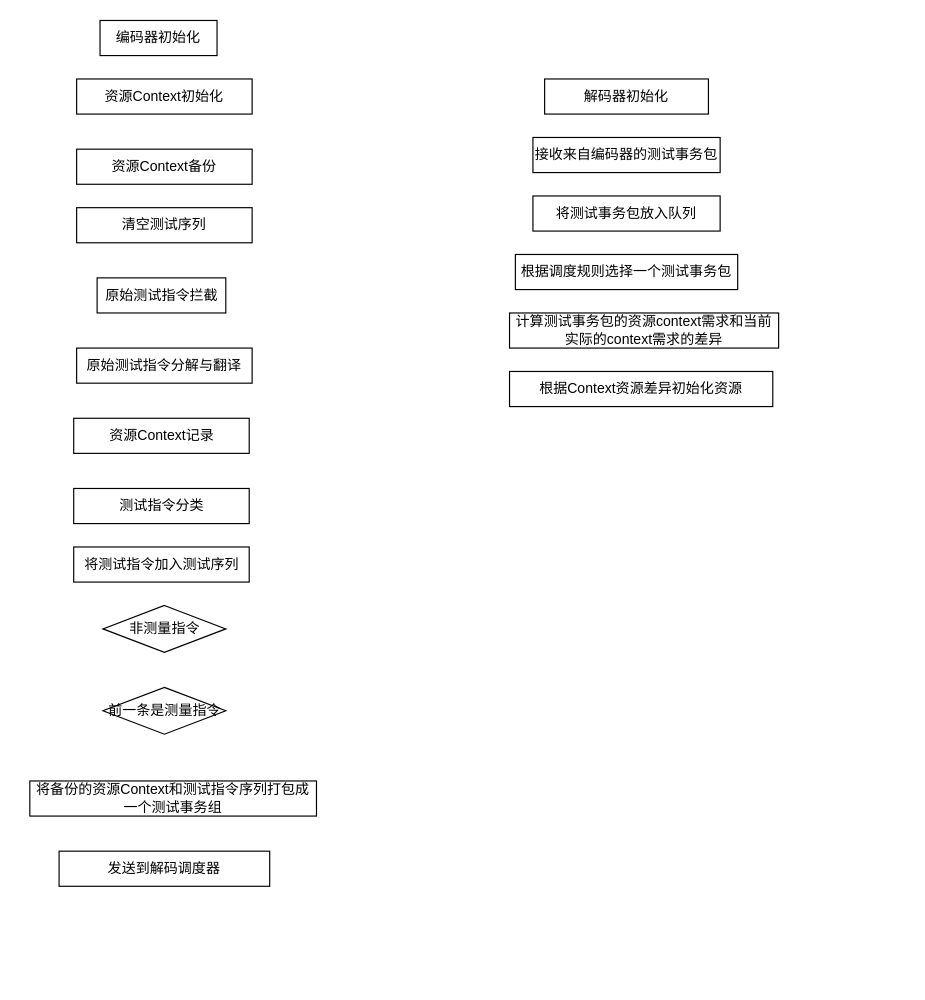
The draw.io diagram page "流程图" (6 of 6) of Untitled Diagram.drawio in arthur-peng-cn/graph, before the edit. Source tidied: cells renumbered, new cells numbered last; positions are measured from the earlier drawing's top-left corner, leaving out a move shared by most shapes. Both pictures are drawn from the tidied source at 117%, with x=0, y=0 at pixel (29, 20).
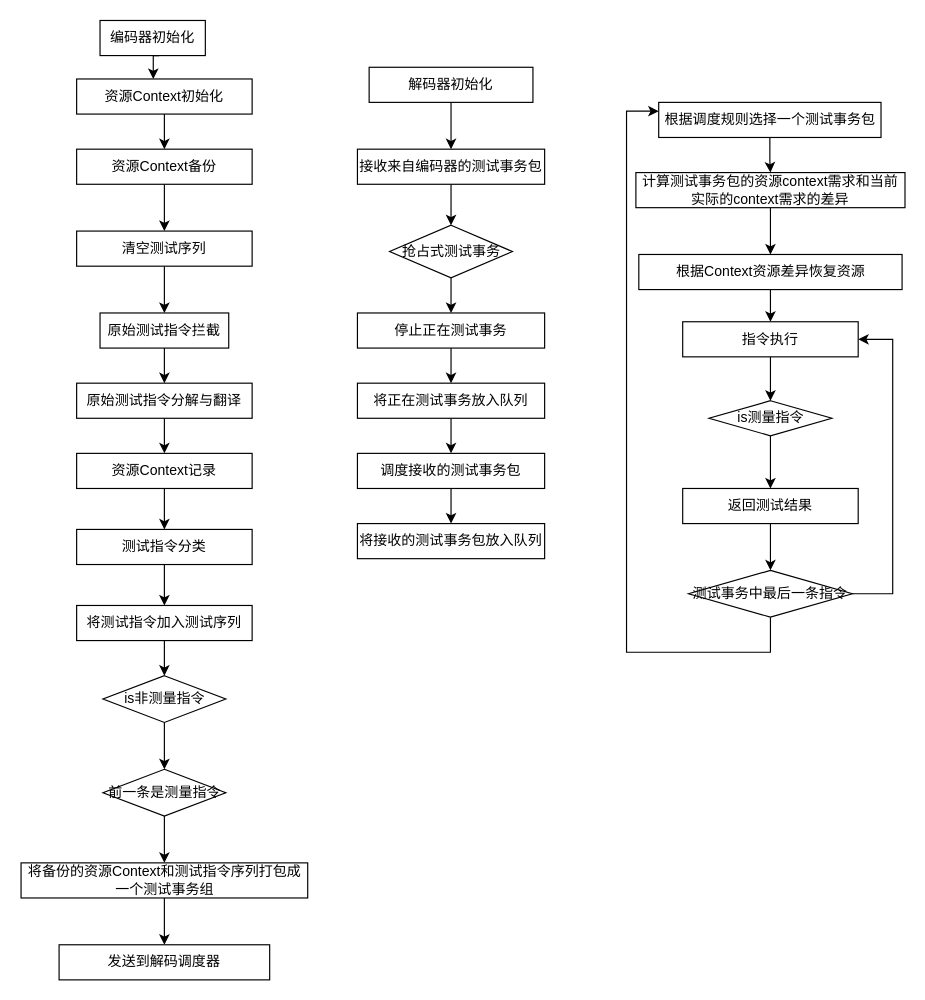
The same diagram, later.

The change refers to these unchanged cells:
```xml
<mxCell id="11" value="资源Context初始化" style="rounded=0;whiteSpace=wrap;html=1;" parent="1" vertex="1">
  <mxGeometry x="40" y="50" width="150" height="30" as="geometry" />
</mxCell>
<mxCell id="17" value="资源Context备份" style="rounded=0;whiteSpace=wrap;html=1;" parent="1" vertex="1">
  <mxGeometry x="40" y="110" width="150" height="30" as="geometry" />
</mxCell>
```

Diff of the diagram source:
```diff
@@
+    <mxCell id="21" style="edgeStyle=orthogonalEdgeStyle;rounded=0;jettySize=auto;html=1;" parent="1" edge="1" source="2" target="3">
+      <mxGeometry relative="1" as="geometry" />
+    </mxCell>
     <mxCell id="2" value="原始测试指令拦截" style="rounded=0;whiteSpace=wrap;html=1;" parent="1" vertex="1">
-      <mxGeometry x="57.5" y="220" width="110" height="30" as="geometry" />
+      <mxGeometry x="60" y="250" width="110" height="30" as="geometry" />
     </mxCell>
+    <mxCell id="22" style="edgeStyle=orthogonalEdgeStyle;rounded=0;jettySize=auto;html=1;" parent="1" edge="1" source="3" target="5">
+      <mxGeometry relative="1" as="geometry" />
+    </mxCell>
     <mxCell id="3" value="原始测试指令分解与翻译" style="rounded=0;whiteSpace=wrap;html=1;" parent="1" vertex="1">
-      <mxGeometry x="40" y="280" width="150" height="30" as="geometry" />
+      <mxGeometry x="40" y="310" width="150" height="30" as="geometry" />
     </mxCell>
+    <mxCell id="23" style="edgeStyle=orthogonalEdgeStyle;rounded=0;jettySize=auto;html=1;" parent="1" edge="1" source="4" target="18">
+      <mxGeometry relative="1" as="geometry" />
+    </mxCell>
     <mxCell id="4" value="测试指令分类" style="rounded=0;whiteSpace=wrap;html=1;" parent="1" vertex="1">
-      <mxGeometry x="37.5" y="400" width="150" height="30" as="geometry" />
+      <mxGeometry x="40" y="435" width="150" height="30" as="geometry" />
     </mxCell>
+    <mxCell id="24" style="edgeStyle=orthogonalEdgeStyle;rounded=0;jettySize=auto;html=1;" parent="1" edge="1" source="5" target="4">
+      <mxGeometry relative="1" as="geometry" />
+    </mxCell>
     <mxCell id="5" value="资源Context记录" style="rounded=0;whiteSpace=wrap;html=1;" parent="1" vertex="1">
-      <mxGeometry x="37.5" y="340" width="150" height="30" as="geometry" />
+      <mxGeometry x="40" y="370" width="150" height="30" as="geometry" />
     </mxCell>
+    <mxCell id="25" style="edgeStyle=orthogonalEdgeStyle;rounded=0;orthogonalLoop=1;jettySize=auto;html=1;exitX=0.25;exitY=1;exitDx=0;exitDy=0;entryX=0.25;entryY=0;entryDx=0;entryDy=0;" parent="1" edge="1">
+      <mxGeometry relative="1" as="geometry">
+        <mxPoint x="110.5" y="30" as="sourcePoint" />
+        <mxPoint x="105.5" y="50" as="targetPoint" />
+      </mxGeometry>
+    </mxCell>
     <mxCell id="6" value="编码器初始化" style="rounded=0;whiteSpace=wrap;html=1;" parent="1" vertex="1">
-      <mxGeometry x="60" width="100" height="30" as="geometry" />
+      <mxGeometry x="60" width="90" height="30" as="geometry" />
     </mxCell>
+    <mxCell id="26" style="edgeStyle=orthogonalEdgeStyle;rounded=0;jettySize=auto;html=1;" parent="1" edge="1" source="7" target="10">
+      <mxGeometry relative="1" as="geometry" />
+    </mxCell>
     <mxCell id="7" value="将备份的资源Context和测试指令序列打包成一个测试事务组" style="rounded=0;whiteSpace=wrap;html=1;" parent="1" vertex="1">
-      <mxGeometry y="650" width="245" height="30" as="geometry" />
+      <mxGeometry x="-7.5" y="720" width="245" height="30" as="geometry" />
     </mxCell>
+    <mxCell id="27" style="edgeStyle=orthogonalEdgeStyle;rounded=0;jettySize=auto;html=1;" parent="1" edge="1" source="8" target="9">
+      <mxGeometry relative="1" as="geometry" />
+    </mxCell>
-    <mxCell id="8" value="非测量指令" style="rhombus;whiteSpace=wrap;html=1;" parent="1" vertex="1">
-      <mxGeometry x="62.5" y="500" width="105" height="40" as="geometry" />
+    <mxCell id="8" value="is非测量指令" style="rhombus;whiteSpace=wrap;html=1;" parent="1" vertex="1">
+      <mxGeometry x="62.5" y="560" width="105" height="40" as="geometry" />
     </mxCell>
+    <mxCell id="28" style="edgeStyle=orthogonalEdgeStyle;rounded=0;jettySize=auto;html=1;" parent="1" edge="1" source="9" target="7">
+      <mxGeometry relative="1" as="geometry" />
+    </mxCell>
     <mxCell id="9" value="前一条是测量指令" style="rhombus;whiteSpace=wrap;html=1;" parent="1" vertex="1">
-      <mxGeometry x="62.5" y="570" width="105" height="40" as="geometry" />
+      <mxGeometry x="62.5" y="640" width="105" height="40" as="geometry" />
     </mxCell>
     <mxCell id="10" value="发送到解码调度器&lt;br&gt;" style="rounded=0;whiteSpace=wrap;html=1;" parent="1" vertex="1">
-      <mxGeometry x="25" y="710" width="180" height="30" as="geometry" />
+      <mxGeometry x="25" y="790" width="180" height="30" as="geometry" />
     </mxCell>
+    <mxCell id="29" style="edgeStyle=orthogonalEdgeStyle;rounded=0;jettySize=auto;html=1;entryX=0.5;entryY=0;entryDx=0;entryDy=0;" parent="1" edge="1" source="11" target="17">
+      <mxGeometry relative="1" as="geometry" />
+    </mxCell>
@@
+    <mxCell id="30" style="edgeStyle=orthogonalEdgeStyle;rounded=0;jettySize=auto;html=1;" parent="1" edge="1" source="12" target="13">
+      <mxGeometry relative="1" as="geometry" />
+    </mxCell>
     <mxCell id="12" value="解码器初始化" style="rounded=0;whiteSpace=wrap;html=1;" parent="1" vertex="1">
-      <mxGeometry x="440" y="50" width="140" height="30" as="geometry" />
+      <mxGeometry x="290" y="40" width="140" height="30" as="geometry" />
     </mxCell>
+    <mxCell id="31" style="edgeStyle=orthogonalEdgeStyle;rounded=0;jettySize=auto;html=1;" parent="1" edge="1" source="13" target="49">
+      <mxGeometry relative="1" as="geometry" />
+    </mxCell>
     <mxCell id="13" value="接收来自编码器的测试事务包" style="rounded=0;whiteSpace=wrap;html=1;" parent="1" vertex="1">
-      <mxGeometry x="430" y="100" width="160" height="30" as="geometry" />
+      <mxGeometry x="280" y="110" width="160" height="30" as="geometry" />
     </mxCell>
+    <mxCell id="32" style="edgeStyle=orthogonalEdgeStyle;rounded=0;jettySize=auto;html=1;" parent="1" edge="1" source="14" target="51">
+      <mxGeometry relative="1" as="geometry" />
+    </mxCell>
-    <mxCell id="14" value="将测试事务包放入队列" style="rounded=0;whiteSpace=wrap;html=1;" parent="1" vertex="1">
-      <mxGeometry x="430" y="150" width="160" height="30" as="geometry" />
+    <mxCell id="14" value="停止正在测试事务" style="rounded=0;whiteSpace=wrap;html=1;" parent="1" vertex="1">
+      <mxGeometry x="280" y="250" width="160" height="30" as="geometry" />
     </mxCell>
+    <mxCell id="33" style="edgeStyle=orthogonalEdgeStyle;rounded=0;jettySize=auto;html=1;" parent="1" edge="1" source="15" target="20">
+      <mxGeometry relative="1" as="geometry" />
+    </mxCell>
     <mxCell id="15" value="根据调度规则选择一个测试事务包" style="rounded=0;whiteSpace=wrap;html=1;" parent="1" vertex="1">
-      <mxGeometry x="415" y="200" width="190" height="30" as="geometry" />
+      <mxGeometry x="537.5" y="70" width="190" height="30" as="geometry" />
     </mxCell>
+    <mxCell id="34" style="edgeStyle=orthogonalEdgeStyle;rounded=0;jettySize=auto;html=1;" parent="1" edge="1" source="16" target="40">
+      <mxGeometry relative="1" as="geometry" />
+    </mxCell>
-    <mxCell id="16" value="根据Context资源差异初始化资源" style="rounded=0;whiteSpace=wrap;html=1;" parent="1" vertex="1">
-      <mxGeometry x="410" y="300" width="225" height="30" as="geometry" />
+    <mxCell id="16" value="根据Context资源差异恢复资源" style="rounded=0;whiteSpace=wrap;html=1;" parent="1" vertex="1">
+      <mxGeometry x="520.5" y="200" width="225" height="30" as="geometry" />
     </mxCell>
+    <mxCell id="35" style="edgeStyle=orthogonalEdgeStyle;rounded=0;jettySize=auto;html=1;" parent="1" edge="1" source="17" target="19">
+      <mxGeometry relative="1" as="geometry" />
+    </mxCell>
@@
+    <mxCell id="36" style="edgeStyle=orthogonalEdgeStyle;rounded=0;jettySize=auto;html=1;" parent="1" edge="1" source="18" target="8">
+      <mxGeometry relative="1" as="geometry" />
+    </mxCell>
     <mxCell id="18" value="将测试指令加入测试序列" style="rounded=0;whiteSpace=wrap;html=1;" parent="1" vertex="1">
-      <mxGeometry x="37.5" y="450" width="150" height="30" as="geometry" />
+      <mxGeometry x="40" y="500" width="150" height="30" as="geometry" />
     </mxCell>
+    <mxCell id="37" style="edgeStyle=orthogonalEdgeStyle;rounded=0;jettySize=auto;html=1;" parent="1" edge="1" source="19" target="2">
+      <mxGeometry relative="1" as="geometry" />
+    </mxCell>
     <mxCell id="19" value="清空测试序列" style="rounded=0;whiteSpace=wrap;html=1;" parent="1" vertex="1">
-      <mxGeometry x="40" y="160" width="150" height="30" as="geometry" />
+      <mxGeometry x="40" y="180" width="150" height="30" as="geometry" />
     </mxCell>
+    <mxCell id="38" style="edgeStyle=orthogonalEdgeStyle;rounded=0;jettySize=auto;html=1;entryX=0.5;entryY=0;entryDx=0;entryDy=0;" parent="1" edge="1" source="20" target="16">
+      <mxGeometry relative="1" as="geometry" />
+    </mxCell>
     <mxCell id="20" value="计算测试事务包的资源context需求和当前实际的context需求的差异" style="rounded=0;whiteSpace=wrap;html=1;" parent="1" vertex="1">
-      <mxGeometry x="410" y="250" width="230" height="30" as="geometry" />
+      <mxGeometry x="518" y="130" width="230" height="30" as="geometry" />
     </mxCell>
+    <mxCell id="39" style="edgeStyle=orthogonalEdgeStyle;rounded=0;jettySize=auto;html=1;entryX=0.5;entryY=0;entryDx=0;entryDy=0;" parent="1" edge="1" source="40" target="44">
+      <mxGeometry relative="1" as="geometry" />
+    </mxCell>
+    <mxCell id="40" value="指令执行" style="rounded=0;whiteSpace=wrap;html=1;" parent="1" vertex="1">
+      <mxGeometry x="558" y="257.5" width="150" height="30" as="geometry" />
+    </mxCell>
+    <mxCell id="41" style="edgeStyle=orthogonalEdgeStyle;rounded=0;jettySize=auto;html=1;" parent="1" edge="1" source="42" target="47">
+      <mxGeometry relative="1" as="geometry" />
+    </mxCell>
+    <mxCell id="42" value="返回测试结果" style="rounded=0;whiteSpace=wrap;html=1;" parent="1" vertex="1">
+      <mxGeometry x="558" y="400" width="150" height="30" as="geometry" />
+    </mxCell>
+    <mxCell id="43" style="edgeStyle=orthogonalEdgeStyle;rounded=0;jettySize=auto;html=1;" parent="1" edge="1" source="44" target="42">
+      <mxGeometry relative="1" as="geometry" />
+    </mxCell>
+    <mxCell id="44" value="is测量指令" style="rhombus;whiteSpace=wrap;html=1;" parent="1" vertex="1">
+      <mxGeometry x="580.5" y="325" width="105" height="30" as="geometry" />
+    </mxCell>
+    <mxCell id="45" style="edgeStyle=orthogonalEdgeStyle;rounded=0;jettySize=auto;html=1;entryX=1;entryY=0.5;entryDx=0;entryDy=0;" parent="1" edge="1" source="47" target="40">
+      <mxGeometry relative="1" as="geometry">
+        <Array as="points">
+          <mxPoint x="737.5" y="490" />
+          <mxPoint x="737.5" y="273" />
+        </Array>
+      </mxGeometry>
+    </mxCell>
+    <mxCell id="46" style="edgeStyle=orthogonalEdgeStyle;rounded=0;jettySize=auto;html=1;entryX=0;entryY=0.25;entryDx=0;entryDy=0;" parent="1" edge="1" source="47" target="15">
+      <mxGeometry relative="1" as="geometry">
+        <Array as="points">
+          <mxPoint x="633" y="540" />
+          <mxPoint x="510" y="540" />
+          <mxPoint x="510" y="78" />
+        </Array>
+      </mxGeometry>
+    </mxCell>
+    <mxCell id="47" value="测试事务中最后一条指令" style="rhombus;whiteSpace=wrap;html=1;" parent="1" vertex="1">
+      <mxGeometry x="563" y="470" width="140" height="40" as="geometry" />
+    </mxCell>
+    <mxCell id="48" style="edgeStyle=orthogonalEdgeStyle;rounded=0;jettySize=auto;html=1;" parent="1" edge="1" source="49" target="14">
+      <mxGeometry relative="1" as="geometry" />
+    </mxCell>
+    <mxCell id="49" value="抢占式测试事务" style="rhombus;whiteSpace=wrap;html=1;" parent="1" vertex="1">
+      <mxGeometry x="307.5" y="175" width="105" height="45" as="geometry" />
+    </mxCell>
+    <mxCell id="50" style="edgeStyle=orthogonalEdgeStyle;rounded=0;jettySize=auto;html=1;" parent="1" edge="1" source="51" target="53">
+      <mxGeometry relative="1" as="geometry" />
+    </mxCell>
+    <mxCell id="51" value="将正在测试事务放入队列" style="rounded=0;whiteSpace=wrap;html=1;" parent="1" vertex="1">
+      <mxGeometry x="280" y="310" width="160" height="30" as="geometry" />
+    </mxCell>
+    <mxCell id="52" style="edgeStyle=orthogonalEdgeStyle;rounded=0;jettySize=auto;html=1;" parent="1" edge="1" source="53" target="54">
+      <mxGeometry relative="1" as="geometry" />
+    </mxCell>
+    <mxCell id="53" value="调度接收的测试事务包" style="rounded=0;whiteSpace=wrap;html=1;" parent="1" vertex="1">
+      <mxGeometry x="280" y="370" width="160" height="30" as="geometry" />
+    </mxCell>
+    <mxCell id="54" value="将接收的测试事务包放入队列" style="rounded=0;whiteSpace=wrap;html=1;" parent="1" vertex="1">
+      <mxGeometry x="280" y="430" width="160" height="30" as="geometry" />
+    </mxCell>
```
